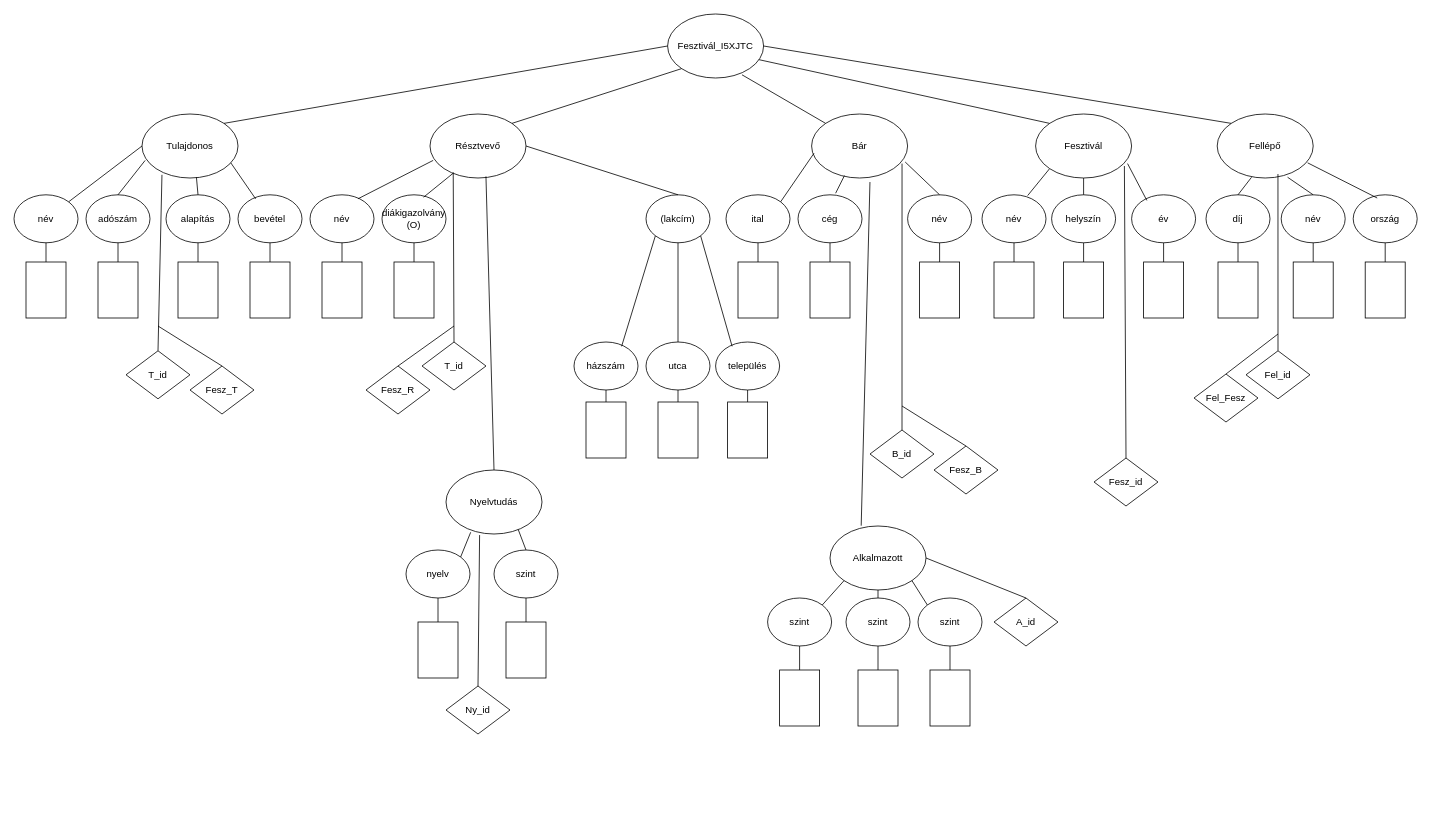
Before: I5XJTC_1018/XDMI5XJTC.drawio in kilesz/I5XJTC_XMLGyak, a draw.io diagram. Source tidied: cells renumbered, new cells numbered last; positions are measured from the earlier drawing's top-left corner, leaving out a move shared by most shapes. Both pictures are drawn from the tidied source at 80%, with x=0, y=0 at pixel (14, 14).
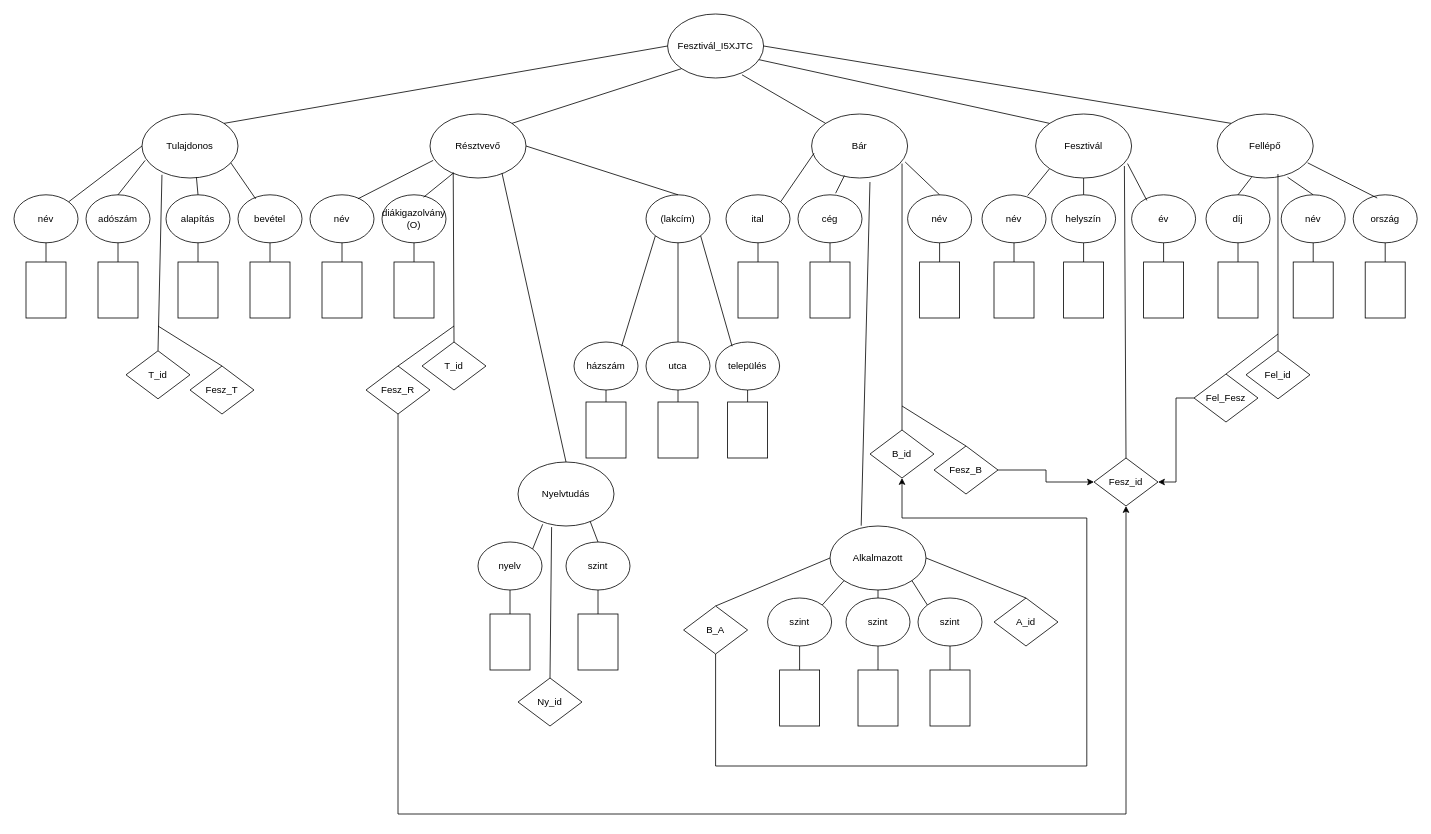
The same page after the edit.

The change refers to these unchanged cells:
```xml
<mxCell id="3" value="Résztvevő" style="ellipse;whiteSpace=wrap;html=1;" parent="1" vertex="1">
  <mxGeometry x="520" y="125" width="120" height="80" as="geometry" />
</mxCell>
<mxCell id="21" value="Fesz_id" style="rhombus;whiteSpace=wrap;html=1;" parent="1" vertex="1">
  <mxGeometry x="1350" y="555" width="80" height="60" as="geometry" />
</mxCell>
<mxCell id="49" value="B_id" style="rhombus;whiteSpace=wrap;html=1;" parent="1" vertex="1">
  <mxGeometry x="1070" y="520" width="80" height="60" as="geometry" />
</mxCell>
<mxCell id="88" value="Fel_Fesz" style="rhombus;whiteSpace=wrap;html=1;" parent="1" vertex="1">
  <mxGeometry x="1475" y="450" width="80" height="60" as="geometry" />
</mxCell>
<mxCell id="104" value="Fesz_B" style="rhombus;whiteSpace=wrap;html=1;" parent="1" vertex="1">
  <mxGeometry x="1150" y="540" width="80" height="60" as="geometry" />
</mxCell>
<mxCell id="106" value="Fesz_R" style="rhombus;whiteSpace=wrap;html=1;" parent="1" vertex="1">
  <mxGeometry x="440" y="440" width="80" height="60" as="geometry" />
</mxCell>
<mxCell id="108" value="Alkalmazott" style="ellipse;whiteSpace=wrap;html=1;" parent="1" vertex="1">
  <mxGeometry x="1020" y="640" width="120" height="80" as="geometry" />
</mxCell>
```

The edit, as a diff of the source:
```diff
@@
-    <mxCell id="67" style="endArrow=none;html=1;rounded=0;entryX=0.583;entryY=0.975;entryDx=0;entryDy=0;entryPerimeter=0;exitX=0.5;exitY=0;exitDx=0;exitDy=0;" parent="1" edge="1" source="107" target="3">
+    <mxCell id="67" style="endArrow=none;html=1;rounded=0;entryX=0.75;entryY=0.925;entryDx=0;entryDy=0;entryPerimeter=0;exitX=0.5;exitY=0;exitDx=0;exitDy=0;" parent="1" edge="1" source="107" target="3">
       <mxGeometry relative="1" as="geometry" />
     </mxCell>
@@
+    <mxCell id="133" style="edgeStyle=orthogonalEdgeStyle;rounded=0;jettySize=auto;html=1;exitX=0;exitY=0.5;exitDx=0;exitDy=0;entryX=1;entryY=0.5;entryDx=0;entryDy=0;" parent="1" edge="1" source="88" target="21">
+      <mxGeometry relative="1" as="geometry" />
+    </mxCell>
@@
+    <mxCell id="134" style="edgeStyle=orthogonalEdgeStyle;rounded=0;jettySize=auto;html=1;exitX=1;exitY=0.5;exitDx=0;exitDy=0;entryX=0;entryY=0.5;entryDx=0;entryDy=0;" parent="1" edge="1" source="104" target="21">
+      <mxGeometry relative="1" as="geometry" />
+    </mxCell>
@@
+    <mxCell id="135" style="edgeStyle=orthogonalEdgeStyle;rounded=0;jettySize=auto;html=1;entryX=0.5;entryY=1;entryDx=0;entryDy=0;" parent="1" edge="1" source="106" target="21">
+      <mxGeometry relative="1" as="geometry">
+        <Array as="points">
+          <mxPoint x="480" y="1000" />
+          <mxPoint x="1390" y="1000" />
+        </Array>
+      </mxGeometry>
+    </mxCell>
@@
     <mxCell id="107" value="Nyelvtudás" style="ellipse;whiteSpace=wrap;html=1;" parent="1" vertex="1">
-      <mxGeometry x="540" y="570" width="120" height="80" as="geometry" />
+      <mxGeometry x="630" y="560" width="120" height="80" as="geometry" />
     </mxCell>
@@
     <mxCell id="109" value="nyelv" style="ellipse;whiteSpace=wrap;html=1;" parent="1" vertex="1">
-      <mxGeometry x="490" y="670" width="80" height="60" as="geometry" />
+      <mxGeometry x="580" y="660" width="80" height="60" as="geometry" />
     </mxCell>
     <mxCell id="110" style="rounded=0;whiteSpace=wrap;html=1;" parent="1" vertex="1">
-      <mxGeometry x="505" y="760" width="50" height="70" as="geometry" />
+      <mxGeometry x="595" y="750" width="50" height="70" as="geometry" />
     </mxCell>
@@
     <mxCell id="112" value="szint" style="ellipse;whiteSpace=wrap;html=1;" parent="1" vertex="1">
-      <mxGeometry x="600" y="670" width="80" height="60" as="geometry" />
+      <mxGeometry x="690" y="660" width="80" height="60" as="geometry" />
     </mxCell>
     <mxCell id="113" style="rounded=0;whiteSpace=wrap;html=1;" parent="1" vertex="1">
-      <mxGeometry x="615" y="760" width="50" height="70" as="geometry" />
+      <mxGeometry x="705" y="750" width="50" height="70" as="geometry" />
     </mxCell>
@@
     <mxCell id="117" value="Ny_id" style="rhombus;whiteSpace=wrap;html=1;" parent="1" vertex="1">
-      <mxGeometry x="540" y="840" width="80" height="60" as="geometry" />
+      <mxGeometry x="630" y="830" width="80" height="60" as="geometry" />
     </mxCell>
@@
+    <mxCell id="136" style="endArrow=none;html=1;rounded=0;entryX=0;entryY=0.5;entryDx=0;entryDy=0;exitX=0.5;exitY=0;exitDx=0;exitDy=0;" parent="1" edge="1" source="138" target="108">
+      <mxGeometry relative="1" as="geometry" />
+    </mxCell>
+    <mxCell id="137" style="edgeStyle=orthogonalEdgeStyle;rounded=0;jettySize=auto;html=1;entryX=0.5;entryY=1;entryDx=0;entryDy=0;" parent="1" edge="1" source="138" target="49">
+      <mxGeometry relative="1" as="geometry">
+        <Array as="points">
+          <mxPoint x="877" y="940" />
+          <mxPoint x="1341" y="940" />
+          <mxPoint x="1341" y="630" />
+          <mxPoint x="1110" y="630" />
+        </Array>
+      </mxGeometry>
+    </mxCell>
+    <mxCell id="138" value="B_A" style="rhombus;whiteSpace=wrap;html=1;" parent="1" vertex="1">
+      <mxGeometry x="837" y="740" width="80" height="60" as="geometry" />
+    </mxCell>
```
